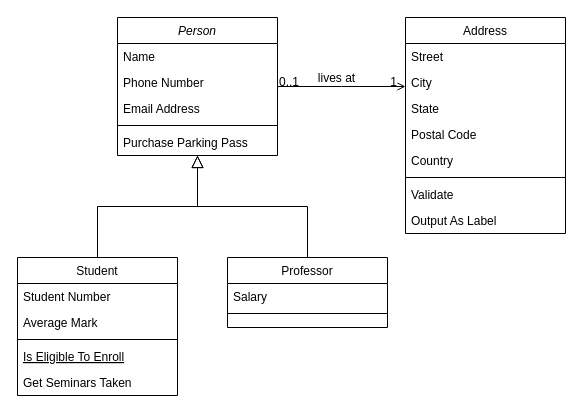
dev-dylan/draw.io keeps this draw.io diagram as 未命名绘图.drawio. Above is the earlier version. Source tidied: cells renumbered, new cells numbered last; positions are measured from the earlier drawing's top-left corner, leaving out a move shared by most shapes. Both pictures are drawn from the tidied source at 100%, with x=0, y=0 at pixel (17, 17).
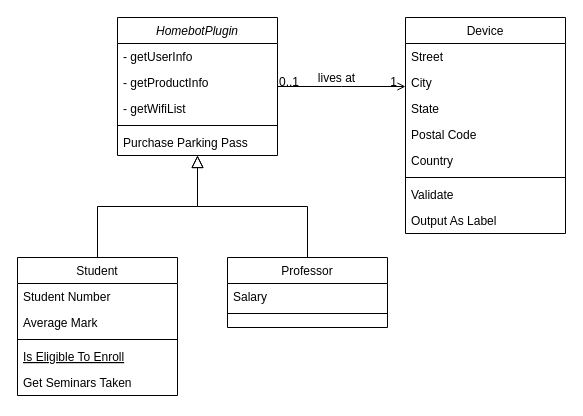
The same diagram, later.

Commit message:
混合开发插件.drawio

The edit, as a diff of the source:
```diff
@@
-    <mxCell id="2" value="Person" style="swimlane;fontStyle=2;align=center;verticalAlign=top;horizontal=1;startSize=26;rounded=0;shadow=0;strokeWidth=1;" parent="1" vertex="1">
+    <mxCell id="2" value="HomebotPlugin" style="swimlane;fontStyle=2;align=center;verticalAlign=top;horizontal=1;startSize=26;rounded=0;shadow=0;strokeWidth=1;" parent="1" vertex="1">
       <mxGeometry x="100" width="160" height="138" as="geometry" />
     </mxCell>
-    <mxCell id="3" value="Name" style="text;align=left;verticalAlign=top;spacingLeft=4;spacingRight=4;overflow=hidden;" parent="2" vertex="1">
+    <mxCell id="3" value="- getUserInfo&#10;" style="text;align=left;verticalAlign=top;spacingLeft=4;spacingRight=4;overflow=hidden;" parent="2" vertex="1">
       <mxGeometry y="26" width="160" height="26" as="geometry" />
     </mxCell>
-    <mxCell id="4" value="Phone Number" style="text;align=left;verticalAlign=top;spacingLeft=4;spacingRight=4;overflow=hidden;rounded=0;shadow=0;html=0;" parent="2" vertex="1">
+    <mxCell id="4" value="- getProductInfo" style="text;align=left;verticalAlign=top;spacingLeft=4;spacingRight=4;overflow=hidden;rounded=0;shadow=0;html=0;" parent="2" vertex="1">
       <mxGeometry y="52" width="160" height="26" as="geometry" />
     </mxCell>
-    <mxCell id="5" value="Email Address" style="text;align=left;verticalAlign=top;spacingLeft=4;spacingRight=4;overflow=hidden;rounded=0;shadow=0;html=0;" parent="2" vertex="1">
+    <mxCell id="5" value="- getWifiList" style="text;align=left;verticalAlign=top;spacingLeft=4;spacingRight=4;overflow=hidden;rounded=0;shadow=0;html=0;" parent="2" vertex="1">
       <mxGeometry y="78" width="160" height="26" as="geometry" />
     </mxCell>
@@
-    <mxCell id="19" value="Address" style="swimlane;fontStyle=0;align=center;verticalAlign=top;horizontal=1;startSize=26;rounded=0;shadow=0;strokeWidth=1;" parent="1" vertex="1">
+    <mxCell id="19" value="Device" style="swimlane;fontStyle=0;align=center;verticalAlign=top;horizontal=1;startSize=26;rounded=0;shadow=0;strokeWidth=1;" parent="1" vertex="1">
       <mxGeometry x="388" width="160" height="216" as="geometry" />
     </mxCell>
```
